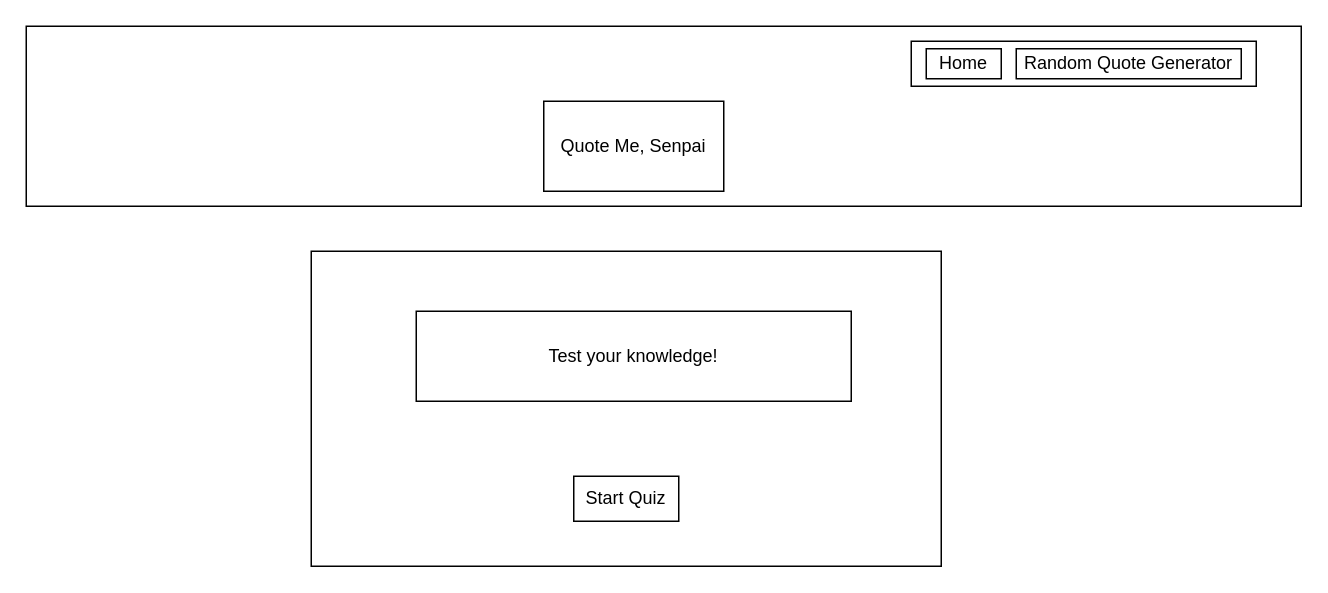
This is page "Title Page" (1 of 2) of diagram.drawio from holgateb/quote-me-senpai, a draw.io file, before an edit. Source tidied: cells renumbered, new cells numbered last; positions are measured from the earlier drawing's top-left corner, leaving out a move shared by most shapes. Both pictures are drawn from the tidied source at 150%, with x=0, y=0 at pixel (26, 26).
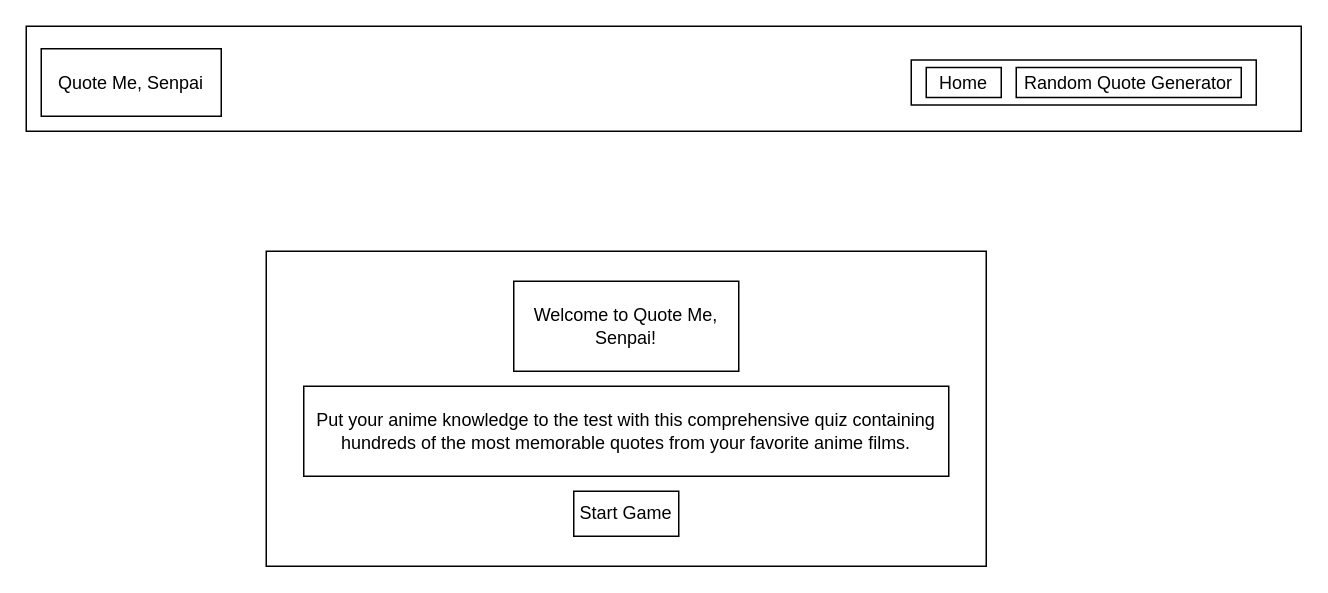
After the change.

Change to the diagram source:
```diff
@@
 <mxGraphModel>
   <root>
     <mxCell id="0" />
     <mxCell id="1" parent="0" />
     <mxCell id="2" style="rounded=0;whiteSpace=wrap;html=1;fontSize=12;" parent="1" vertex="1">
-      <mxGeometry width="850" height="120" as="geometry" />
+      <mxGeometry width="850" height="70" as="geometry" />
     </mxCell>
     <mxCell id="3" value="Quote Me, Senpai" style="rounded=0;whiteSpace=wrap;html=1;" parent="1" vertex="1">
-      <mxGeometry x="345" y="50" width="120" height="60" as="geometry" />
+      <mxGeometry x="10" y="15" width="120" height="45" as="geometry" />
     </mxCell>
     <mxCell id="4" style="rounded=0;whiteSpace=wrap;html=1;" parent="1" vertex="1">
-      <mxGeometry x="190" y="150" width="420" height="210" as="geometry" />
+      <mxGeometry x="160" y="150" width="480" height="210" as="geometry" />
     </mxCell>
     <mxCell id="5" style="rounded=0;whiteSpace=wrap;html=1;" parent="1" vertex="1">
-      <mxGeometry x="590" y="10" width="230" height="30" as="geometry" />
+      <mxGeometry x="590" y="22.5" width="230" height="30" as="geometry" />
     </mxCell>
     <mxCell id="6" value="Random Quote Generator" style="rounded=0;whiteSpace=wrap;html=1;" parent="1" vertex="1">
-      <mxGeometry x="660" y="15" width="150" height="20" as="geometry" />
+      <mxGeometry x="660" y="27.5" width="150" height="20" as="geometry" />
     </mxCell>
     <mxCell id="7" value="Home" style="rounded=0;whiteSpace=wrap;html=1;" parent="1" vertex="1">
-      <mxGeometry x="600" y="15" width="50" height="20" as="geometry" />
+      <mxGeometry x="600" y="27.5" width="50" height="20" as="geometry" />
     </mxCell>
-    <mxCell id="8" value="&lt;font style=&quot;font-size: 12px&quot;&gt;Start Quiz&lt;/font&gt;" style="rounded=0;whiteSpace=wrap;html=1;fontSize=7;" parent="1" vertex="1">
-      <mxGeometry x="365" y="300" width="70" height="30" as="geometry" />
+    <mxCell id="8" value="&lt;font style=&quot;font-size: 12px&quot;&gt;Start Game&lt;/font&gt;" style="rounded=0;whiteSpace=wrap;html=1;fontSize=7;" parent="1" vertex="1">
+      <mxGeometry x="365" y="310" width="70" height="30" as="geometry" />
     </mxCell>
-    <mxCell id="9" value="Test your knowledge!" style="rounded=0;whiteSpace=wrap;html=1;fontSize=12;" parent="1" vertex="1">
-      <mxGeometry x="260" y="190" width="290" height="60" as="geometry" />
+    <mxCell id="9" value="Welcome to Quote Me, Senpai!" style="rounded=0;whiteSpace=wrap;html=1;fontSize=12;" parent="1" vertex="1">
+      <mxGeometry x="325" y="170" width="150" height="60" as="geometry" />
     </mxCell>
+    <mxCell id="10" value="Put your anime knowledge to the test with this comprehensive quiz containing hundreds of the most memorable quotes from your favorite anime films." style="rounded=0;whiteSpace=wrap;html=1;" parent="1" vertex="1">
+      <mxGeometry x="185" y="240" width="430" height="60" as="geometry" />
+    </mxCell>
   </root>
 </mxGraphModel>
```
